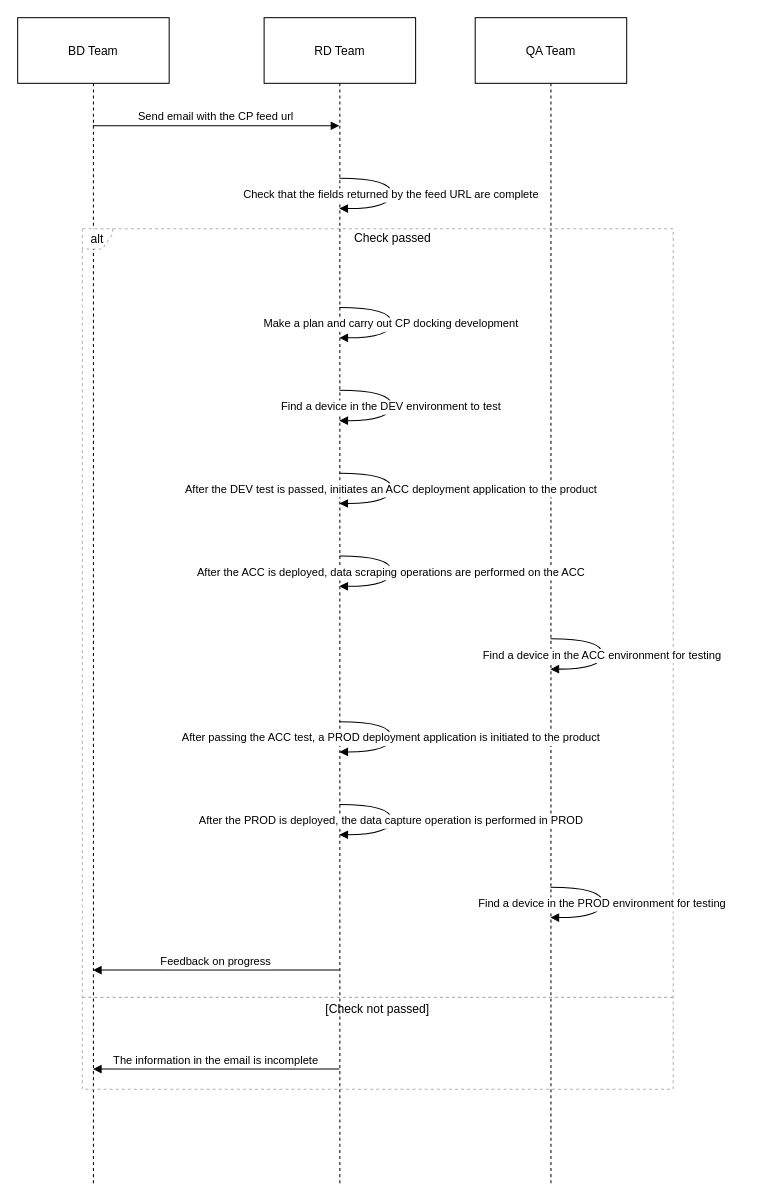
This is update/cp对接流程.drawio from stevezhouht/baiduCDP, a draw.io file, before an edit. Source tidied: cells renumbered, new cells numbered last; positions are measured from the earlier drawing's top-left corner, leaving out a move shared by most shapes. Both pictures are drawn from the tidied source at 101%, with x=0, y=0 at pixel (17, 17).
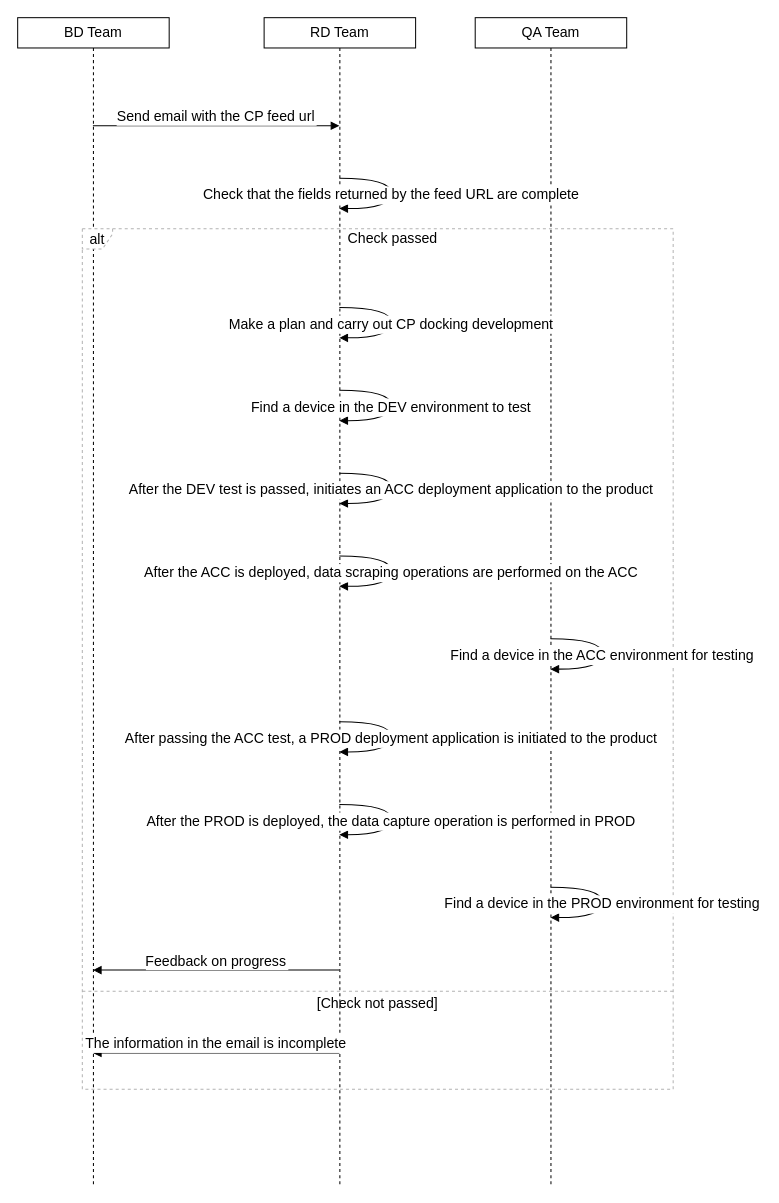
The same diagram, later.

Commit message (it also covers changes not shown here):
更新cp对接流程.drawio

The edit, as a diff of the source:
```diff
@@
-    <mxCell id="2" value="BD Team" style="shape=umlLifeline;perimeter=lifelinePerimeter;whiteSpace=wrap;outlineConnect=0;portConstraint=eastwest;newEdgeStyle={&quot;edgeStyle&quot;:&quot;elbowEdgeStyle&quot;,&quot;elbow&quot;:&quot;vertical&quot;,&quot;curved&quot;:0,&quot;rounded&quot;:0};size=65;" parent="1" vertex="1">
+    <mxCell id="2" value="BD Team" style="shape=umlLifeline;perimeter=lifelinePerimeter;whiteSpace=wrap;outlineConnect=0;portConstraint=eastwest;newEdgeStyle={&quot;edgeStyle&quot;:&quot;elbowEdgeStyle&quot;,&quot;elbow&quot;:&quot;vertical&quot;,&quot;curved&quot;:0,&quot;rounded&quot;:0};size=30;fontSize=14;spacing=1;" parent="1" vertex="1">
       <mxGeometry width="150" height="1156" as="geometry" />
     </mxCell>
-    <mxCell id="3" value="RD Team" style="shape=umlLifeline;perimeter=lifelinePerimeter;whiteSpace=wrap;outlineConnect=0;portConstraint=eastwest;newEdgeStyle={&quot;edgeStyle&quot;:&quot;elbowEdgeStyle&quot;,&quot;elbow&quot;:&quot;vertical&quot;,&quot;curved&quot;:0,&quot;rounded&quot;:0};size=65;" parent="1" vertex="1">
+    <mxCell id="3" value="RD Team" style="shape=umlLifeline;perimeter=lifelinePerimeter;whiteSpace=wrap;outlineConnect=0;portConstraint=eastwest;newEdgeStyle={&quot;edgeStyle&quot;:&quot;elbowEdgeStyle&quot;,&quot;elbow&quot;:&quot;vertical&quot;,&quot;curved&quot;:0,&quot;rounded&quot;:0};size=30;fontSize=14;spacing=1;" parent="1" vertex="1">
       <mxGeometry x="244" width="150" height="1156" as="geometry" />
     </mxCell>
-    <mxCell id="4" value="QA Team" style="shape=umlLifeline;perimeter=lifelinePerimeter;whiteSpace=wrap;outlineConnect=0;portConstraint=eastwest;newEdgeStyle={&quot;edgeStyle&quot;:&quot;elbowEdgeStyle&quot;,&quot;elbow&quot;:&quot;vertical&quot;,&quot;curved&quot;:0,&quot;rounded&quot;:0};size=65;" parent="1" vertex="1">
+    <mxCell id="4" value="QA Team" style="shape=umlLifeline;perimeter=lifelinePerimeter;whiteSpace=wrap;outlineConnect=0;portConstraint=eastwest;newEdgeStyle={&quot;edgeStyle&quot;:&quot;elbowEdgeStyle&quot;,&quot;elbow&quot;:&quot;vertical&quot;,&quot;curved&quot;:0,&quot;rounded&quot;:0};size=30;fontSize=14;spacing=1;" parent="1" vertex="1">
       <mxGeometry x="453" width="150" height="1156" as="geometry" />
     </mxCell>
-    <mxCell id="5" value="alt" style="shape=umlFrame;dashed=1;strokeColor=#B3B3B3;height=20;width=30;" parent="1" vertex="1">
+    <mxCell id="5" value="alt" style="shape=umlFrame;dashed=1;strokeColor=#B3B3B3;height=20;width=30;fontSize=14;spacing=1;" parent="1" vertex="1">
       <mxGeometry x="64" y="209" width="585" height="852" as="geometry" />
     </mxCell>
-    <mxCell id="6" value="Check passed" style="text;strokeColor=none;fillColor=none;align=center;verticalAlign=middle;whiteSpace=wrap;" parent="5" vertex="1">
+    <mxCell id="6" value="Check passed" style="text;strokeColor=none;fillColor=none;align=center;verticalAlign=middle;whiteSpace=wrap;fontSize=14;spacing=1;" parent="5" vertex="1">
       <mxGeometry x="30" width="555" height="20" as="geometry" />
     </mxCell>
-    <mxCell id="7" value="[Check not passed]" style="shape=line;dashed=1;whiteSpace=wrap;verticalAlign=top;labelPosition=center;verticalLabelPosition=middle;align=center;strokeColor=#B3B3B3;" parent="5" vertex="1">
-      <mxGeometry y="759" width="585" height="4" as="geometry" />
+    <mxCell id="7" value="[Check not passed]" style="shape=line;dashed=1;whiteSpace=wrap;verticalAlign=top;labelPosition=center;verticalLabelPosition=middle;align=center;strokeColor=#B3B3B3;fontSize=14;spacing=1;" parent="5" vertex="1">
+      <mxGeometry y="753" width="585" height="4" as="geometry" />
     </mxCell>
-    <mxCell id="8" value="Send email with the CP feed url" style="verticalAlign=bottom;edgeStyle=elbowEdgeStyle;elbow=vertical;curved=0;rounded=0;endArrow=block;" parent="1" edge="1" source="2" target="3">
+    <mxCell id="8" value="Send email with the CP feed url" style="verticalAlign=bottom;edgeStyle=elbowEdgeStyle;elbow=vertical;curved=0;rounded=0;endArrow=block;fontSize=14;spacing=1;" parent="1" edge="1" source="2" target="3">
       <mxGeometry relative="1" as="geometry">
         <Array as="points">
           <mxPoint x="206" y="107" />
         </Array>
       </mxGeometry>
     </mxCell>
-    <mxCell id="9" value="Check that the fields returned by the feed URL are complete" style="curved=1;endArrow=block;rounded=0;" parent="1" edge="1" source="3" target="3">
+    <mxCell id="9" value="Check that the fields returned by the feed URL are complete" style="curved=1;endArrow=block;rounded=0;fontSize=14;spacing=1;" parent="1" edge="1" source="3" target="3">
       <mxGeometry relative="1" as="geometry">
         <Array as="points">
           <mxPoint x="370" y="159" />
           <mxPoint x="370" y="189" />
         </Array>
       </mxGeometry>
     </mxCell>
-    <mxCell id="10" value="Make a plan and carry out CP docking development" style="curved=1;endArrow=block;rounded=0;" parent="1" edge="1" source="3" target="3">
+    <mxCell id="10" value="Make a plan and carry out CP docking development" style="curved=1;endArrow=block;rounded=0;fontSize=14;spacing=1;" parent="1" edge="1" source="3" target="3">
       <mxGeometry relative="1" as="geometry">
         <Array as="points">
           <mxPoint x="370" y="287" />
           <mxPoint x="370" y="317" />
         </Array>
       </mxGeometry>
     </mxCell>
-    <mxCell id="11" value="Find a device in the DEV environment to test" style="curved=1;endArrow=block;rounded=0;" parent="1" edge="1" source="3" target="3">
+    <mxCell id="11" value="Find a device in the DEV environment to test" style="curved=1;endArrow=block;rounded=0;fontSize=14;spacing=1;" parent="1" edge="1" source="3" target="3">
       <mxGeometry relative="1" as="geometry">
         <Array as="points">
           <mxPoint x="370" y="369" />
           <mxPoint x="370" y="399" />
         </Array>
       </mxGeometry>
     </mxCell>
-    <mxCell id="12" value="After the DEV test is passed, initiates an ACC deployment application to the product" style="curved=1;endArrow=block;rounded=0;" parent="1" edge="1" source="3" target="3">
+    <mxCell id="12" value="After the DEV test is passed, initiates an ACC deployment application to the product" style="curved=1;endArrow=block;rounded=0;fontSize=14;spacing=1;" parent="1" edge="1" source="3" target="3">
       <mxGeometry relative="1" as="geometry">
         <Array as="points">
           <mxPoint x="370" y="451" />
           <mxPoint x="370" y="481" />
         </Array>
       </mxGeometry>
     </mxCell>
-    <mxCell id="13" value="After the ACC is deployed, data scraping operations are performed on the ACC" style="curved=1;endArrow=block;rounded=0;" parent="1" edge="1" source="3" target="3">
+    <mxCell id="13" value="After the ACC is deployed, data scraping operations are performed on the ACC" style="curved=1;endArrow=block;rounded=0;fontSize=14;spacing=1;" parent="1" edge="1" source="3" target="3">
       <mxGeometry relative="1" as="geometry">
         <Array as="points">
           <mxPoint x="370" y="533" />
           <mxPoint x="370" y="563" />
         </Array>
       </mxGeometry>
     </mxCell>
-    <mxCell id="14" value="Find a device in the ACC environment for testing" style="curved=1;endArrow=block;rounded=0;" parent="1" edge="1" source="4" target="4">
+    <mxCell id="14" value="Find a device in the ACC environment for testing" style="curved=1;endArrow=block;rounded=0;fontSize=14;spacing=1;" parent="1" edge="1" source="4" target="4">
       <mxGeometry relative="1" as="geometry">
         <Array as="points">
           <mxPoint x="579" y="615" />
           <mxPoint x="579" y="645" />
         </Array>
       </mxGeometry>
     </mxCell>
-    <mxCell id="15" value="After passing the ACC test, a PROD deployment application is initiated to the product" style="curved=1;endArrow=block;rounded=0;" parent="1" edge="1" source="3" target="3">
+    <mxCell id="15" value="After passing the ACC test, a PROD deployment application is initiated to the product" style="curved=1;endArrow=block;rounded=0;fontSize=14;spacing=1;" parent="1" edge="1" source="3" target="3">
       <mxGeometry relative="1" as="geometry">
         <Array as="points">
           <mxPoint x="370" y="697" />
           <mxPoint x="370" y="727" />
         </Array>
       </mxGeometry>
     </mxCell>
-    <mxCell id="16" value="After the PROD is deployed, the data capture operation is performed in PROD" style="curved=1;endArrow=block;rounded=0;" parent="1" edge="1" source="3" target="3">
+    <mxCell id="16" value="After the PROD is deployed, the data capture operation is performed in PROD" style="curved=1;endArrow=block;rounded=0;fontSize=14;spacing=1;" parent="1" edge="1" source="3" target="3">
       <mxGeometry relative="1" as="geometry">
         <Array as="points">
           <mxPoint x="370" y="779" />
           <mxPoint x="370" y="809" />
         </Array>
       </mxGeometry>
     </mxCell>
-    <mxCell id="17" value="Find a device in the PROD environment for testing" style="curved=1;endArrow=block;rounded=0;" parent="1" edge="1" source="4" target="4">
+    <mxCell id="17" value="Find a device in the PROD environment for testing" style="curved=1;endArrow=block;rounded=0;fontSize=14;spacing=1;" parent="1" edge="1" source="4" target="4">
       <mxGeometry relative="1" as="geometry">
         <Array as="points">
           <mxPoint x="579" y="861" />
           <mxPoint x="579" y="891" />
         </Array>
       </mxGeometry>
     </mxCell>
-    <mxCell id="18" value="Feedback on progress" style="verticalAlign=bottom;edgeStyle=elbowEdgeStyle;elbow=vertical;curved=0;rounded=0;endArrow=block;" parent="1" edge="1" source="3" target="2">
+    <mxCell id="18" value="Feedback on progress" style="verticalAlign=bottom;edgeStyle=elbowEdgeStyle;elbow=vertical;curved=0;rounded=0;endArrow=block;fontSize=14;spacing=1;" parent="1" edge="1" source="3" target="2">
       <mxGeometry relative="1" as="geometry">
         <Array as="points">
           <mxPoint x="209" y="943" />
         </Array>
       </mxGeometry>
     </mxCell>
-    <mxCell id="19" value="The information in the email is incomplete" style="verticalAlign=bottom;edgeStyle=elbowEdgeStyle;elbow=vertical;curved=0;rounded=0;endArrow=block;" parent="1" edge="1" source="3" target="2">
+    <mxCell id="19" value="The information in the email is incomplete" style="verticalAlign=bottom;edgeStyle=elbowEdgeStyle;elbow=vertical;curved=0;rounded=0;endArrow=block;fontSize=14;spacing=1;" parent="1" edge="1">
       <mxGeometry relative="1" as="geometry">
+        <mxPoint x="318.5" y="1025" as="sourcePoint" />
+        <mxPoint x="74.5" y="1025" as="targetPoint" />
         <Array as="points">
-          <mxPoint x="209" y="1041" />
+          <mxPoint x="209" y="1025" />
         </Array>
       </mxGeometry>
     </mxCell>
```
